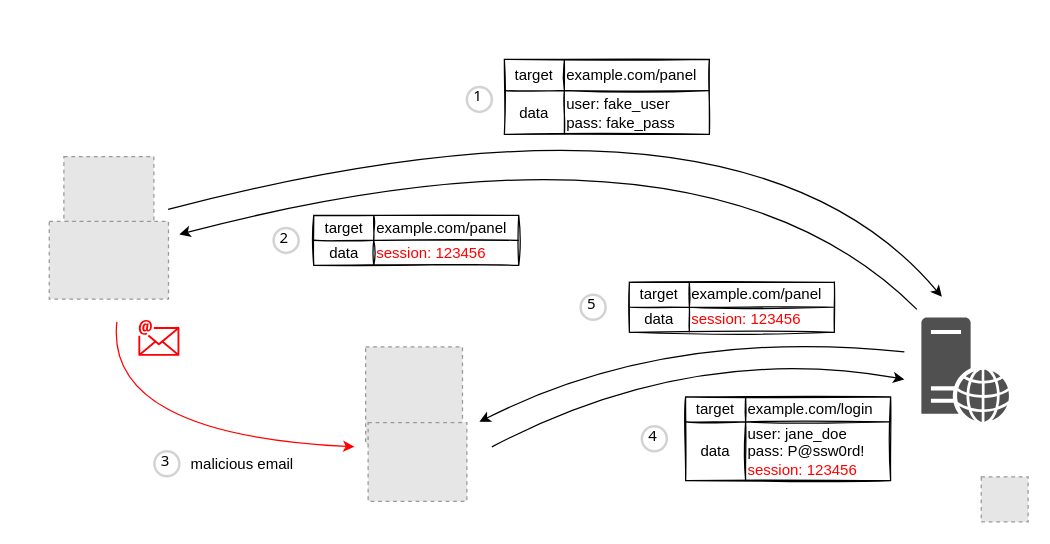
The draw.io diagram session-fixation.drawio in qeeqbox/session-fixation, before the edit. Source tidied: cells renumbered, new cells numbered last; positions are measured from the earlier drawing's top-left corner, leaving out a move shared by most shapes. Both pictures are drawn from the tidied source at 125%, with x=0, y=0 at pixel (21, 21). Pictures stored in the file or linked from it are replaced by grey dashed boxes.
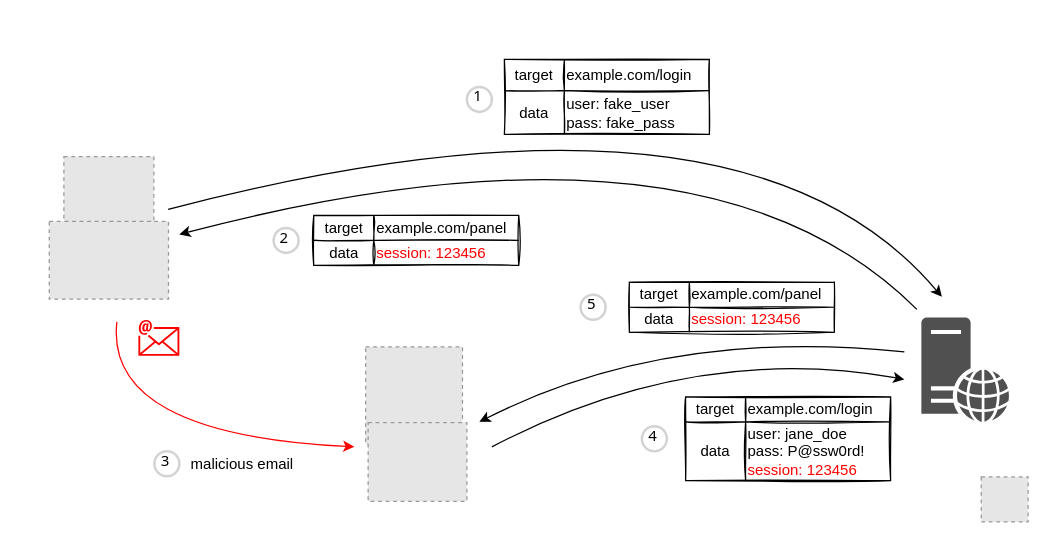
The same page after the edit.

The change refers to these unchanged cells:
```xml
<mxCell id="26" style="shape=tableRow;horizontal=0;startSize=0;swimlaneHead=0;swimlaneBody=0;top=0;left=0;bottom=0;right=0;fillColor=none;" parent="25" vertex="1">
  <mxGeometry width="164" height="25" as="geometry" />
</mxCell>
```

The edit, as a diff of the source:
```diff
@@
-    <mxCell id="28" value="&lt;span style=&quot;text-align: center&quot;&gt;example.com/panel&lt;/span&gt;" style="shape=partialRectangle;html=1;whiteSpace=wrap;fillColor=none;top=0;left=0;bottom=0;right=0;overflow=hidden;align=left;" parent="26" vertex="1">
+    <mxCell id="28" value="&lt;span style=&quot;text-align: center&quot;&gt;example.com/login&lt;/span&gt;" style="shape=partialRectangle;html=1;whiteSpace=wrap;fillColor=none;top=0;left=0;bottom=0;right=0;overflow=hidden;align=left;" parent="26" vertex="1">
       <mxGeometry x="48" width="116" height="25" as="geometry" />
     </mxCell>
```
